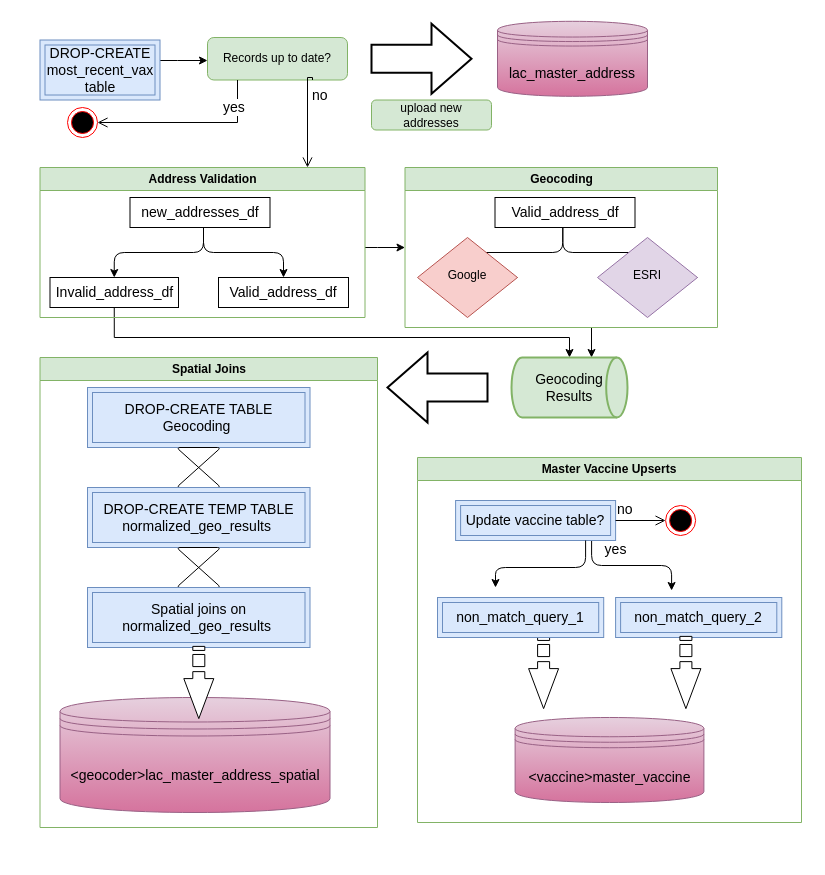
The draw.io diagram conolidated_address_pipeline.drawio in Primordial-Haggis/LA_county_vax_etl_workflow, before the edit. Source tidied: cells renumbered, new cells numbered last; positions are measured from the earlier drawing's top-left corner, leaving out a move shared by most shapes. Both pictures are drawn from the tidied source at 100%, with x=0, y=0 at pixel (39, 21).
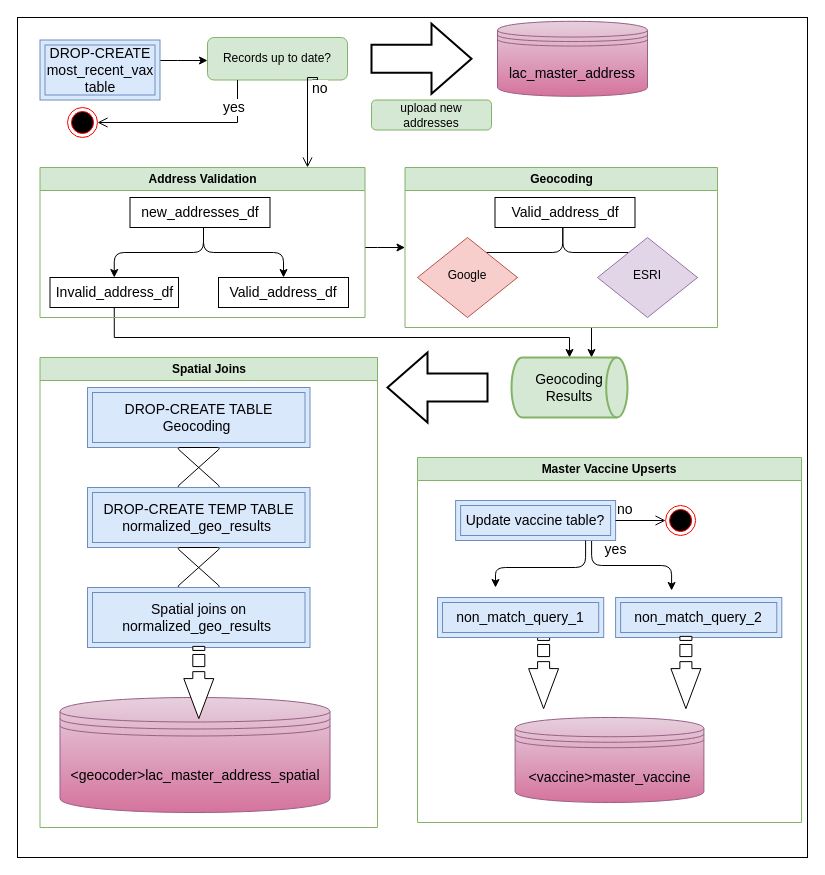
The same diagram, later.

Unchanged cells that the change refers to:
```xml
<mxCell id="6" value="Address Validation" style="horizontal=1;whiteSpace=wrap;html=1;fontSize=12;glass=0;strokeWidth=1;shadow=0;fillColor=#d5e8d4;strokeColor=#82b366;swimlane;" parent="1" vertex="1">
  <mxGeometry x="0.5" y="146" width="325" height="150" as="geometry" />
</mxCell>
<mxCell id="46" value="Records up to date?" style="rounded=1;whiteSpace=wrap;html=1;fontSize=12;glass=0;strokeWidth=1;shadow=0;fillColor=#d5e8d4;strokeColor=#82b366;" parent="1" vertex="1">
  <mxGeometry x="168" y="16" width="140" height="42.5" as="geometry" />
</mxCell>
```

Diff of the diagram source:
```diff
@@
+    <mxCell id="50" style="rounded=0;whiteSpace=wrap;html=1;" parent="1" vertex="1">
+      <mxGeometry x="-22" y="-4" width="790" height="840" as="geometry" />
+    </mxCell>
@@
     <mxCell id="47" value="no" style="edgeStyle=orthogonalEdgeStyle;html=1;align=left;verticalAlign=bottom;endArrow=open;endSize=8;rounded=0;fontSize=14;exitX=0.75;exitY=1;exitDx=0;exitDy=0;" parent="1" edge="1" source="46" target="6">
       <mxGeometry x="-0.27" y="3" relative="1" as="geometry">
         <Array as="points">
-          <mxPoint x="273" y="56" />
+          <mxPoint x="278" y="59" />
+          <mxPoint x="278" y="56" />
           <mxPoint x="268" y="56" />
         </Array>
       </mxGeometry>
     </mxCell>
```
